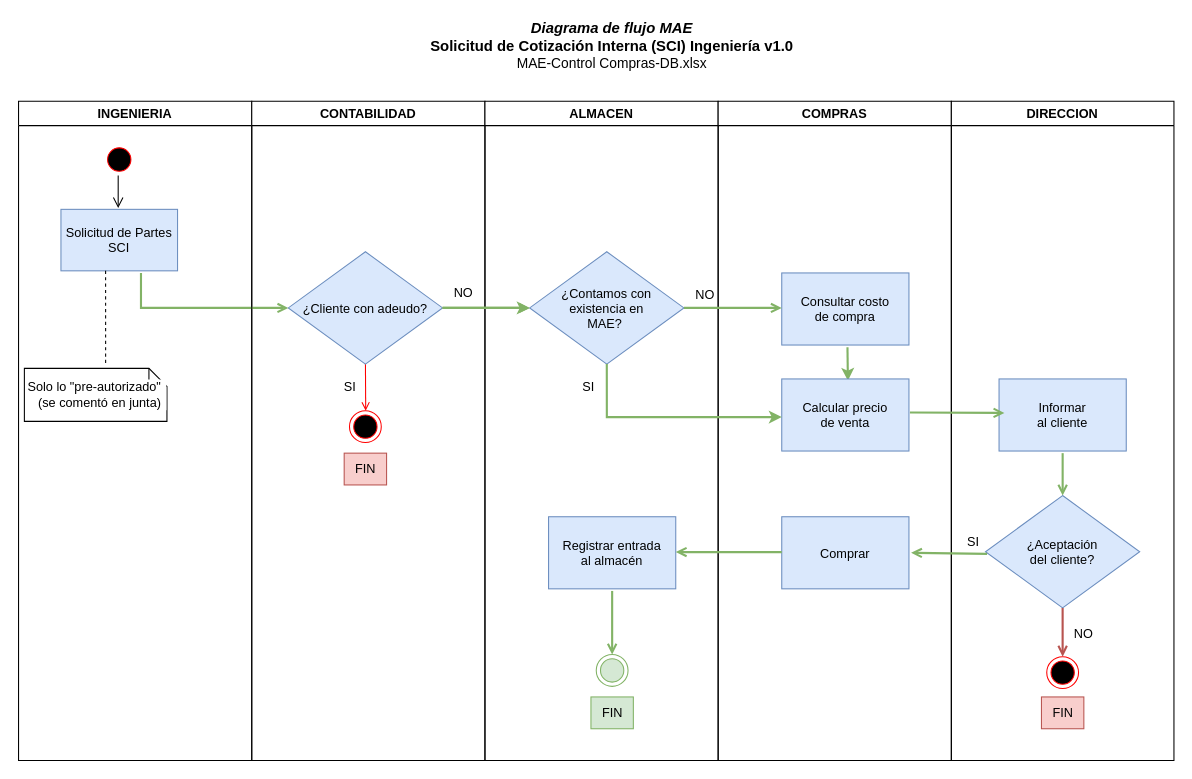
Before: Flujos/D-Actividades-SCI-Servicios-Ingenieria.drawio in RaulGutierrezCarmona/Diagrams, a draw.io diagram. Source tidied: cells renumbered, new cells numbered last; positions are measured from the earlier drawing's top-left corner, leaving out a move shared by most shapes. Both pictures are drawn from the tidied source at 106%, with x=0, y=0 at pixel (18, 18).
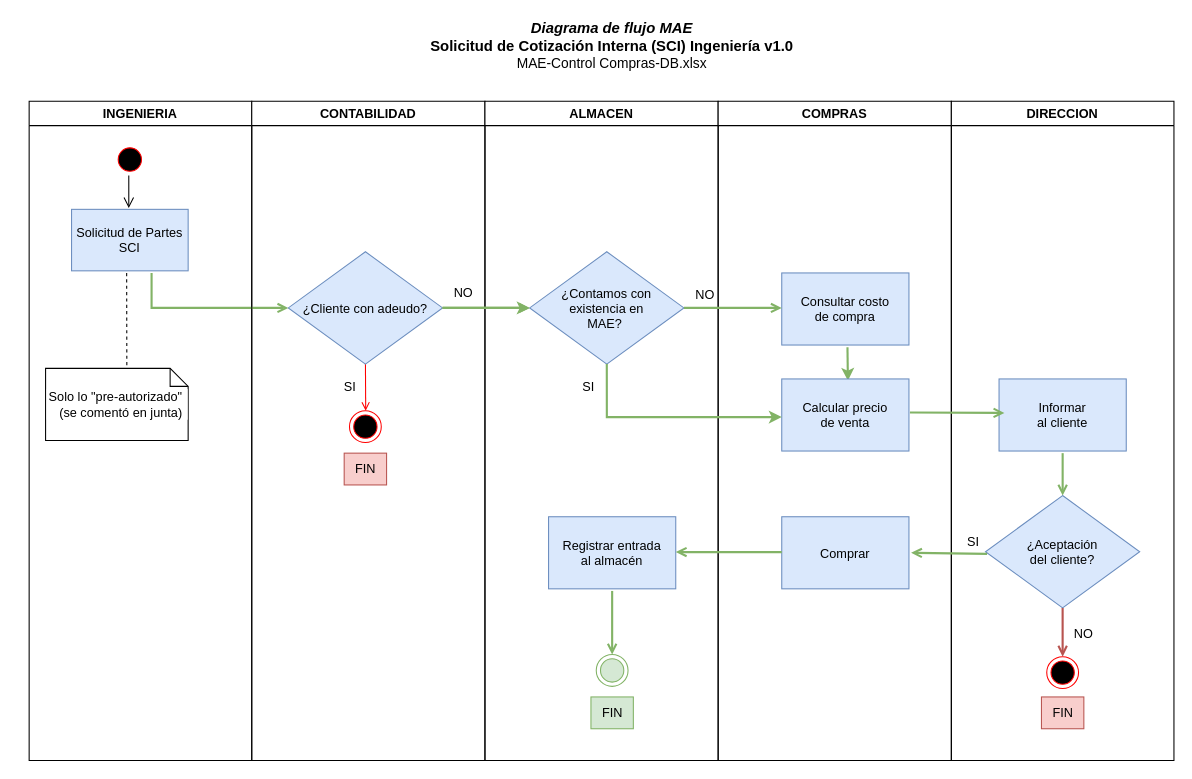
The same diagram, later.

The change refers to these unchanged cells:
```xml
<mxCell id="5" value="Solicitud de Partes&#10;SCI" style="fillColor=#dae8fc;strokeColor=#6c8ebf;" parent="2" vertex="1">
  <mxGeometry x="40" y="102" width="110" height="58" as="geometry" />
</mxCell>
```

The edit, as a diff of the source:
```diff
@@
     <mxCell id="2" value="INGENIERIA" style="swimlane;whiteSpace=wrap;" parent="1" vertex="1">
-      <mxGeometry y="78" width="220" height="622" as="geometry" />
+      <mxGeometry x="10" y="78" width="210" height="622" as="geometry" />
     </mxCell>
@@
     <mxCell id="7" value="Solo lo &quot;pre-autorizado&quot;    (se comentó en junta)" style="shape=note;whiteSpace=wrap;size=17;labelBackgroundColor=default;" parent="2" vertex="1">
-      <mxGeometry x="5.5" y="252" width="134.5" height="50" as="geometry" />
+      <mxGeometry x="15.5" y="252" width="134.5" height="68" as="geometry" />
     </mxCell>
-    <mxCell id="8" style="endArrow=none;endFill=0;rounded=0;dashed=1;entryX=0.57;entryY=-0.04;entryDx=0;entryDy=0;entryPerimeter=0;exitX=0.383;exitY=1;exitDx=0;exitDy=0;exitPerimeter=0;" parent="2" edge="1" source="5" target="7">
-      <mxGeometry relative="1" as="geometry" />
+    <mxCell id="8" style="endArrow=none;endFill=0;rounded=0;dashed=1;entryX=0.57;entryY=-0.04;entryDx=0;entryDy=0;entryPerimeter=0;" parent="2" edge="1" target="7">
+      <mxGeometry relative="1" as="geometry">
+        <mxPoint x="92" y="162" as="sourcePoint" />
+      </mxGeometry>
     </mxCell>
```
